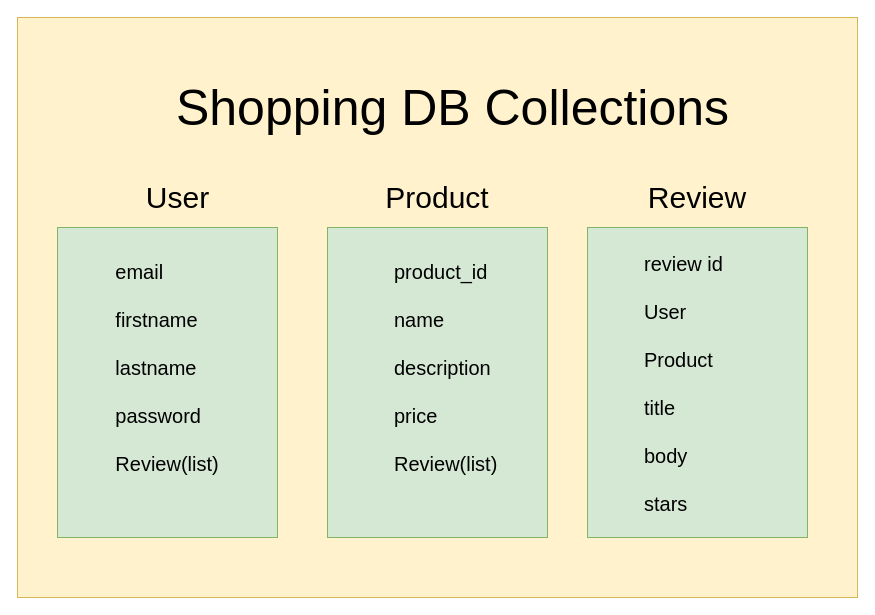
Earlier version of the draw.io diagram designdocs/basicDBPlan.drawio (MoveUpHealth/example-shopping-interface). Source tidied: cells renumbered, new cells numbered last; positions are measured from the earlier drawing's top-left corner, leaving out a move shared by most shapes. Both pictures are drawn from the tidied source at 100%, with x=0, y=0 at pixel (17, 17).
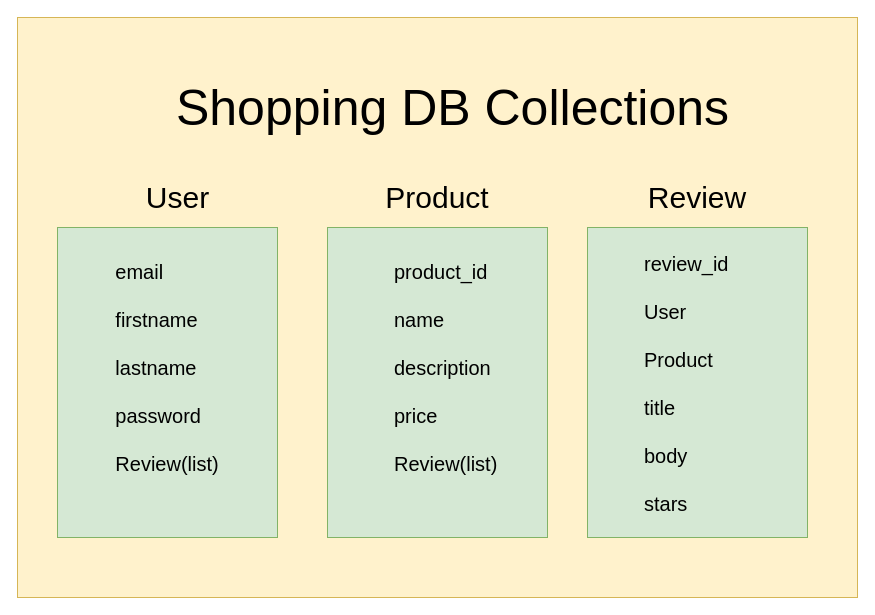
Above is the later version.

Change to the diagram source:
```diff
@@
 <mxGraphModel>
   <root>
     <mxCell id="0" />
     <mxCell id="1" parent="0" />
     <mxCell id="2" style="rounded=0;whiteSpace=wrap;html=1;fontSize=20;fillColor=#fff2cc;strokeColor=#d6b656;" parent="1" vertex="1">
       <mxGeometry width="840" height="580" as="geometry" />
     </mxCell>
     <mxCell id="3" value="&lt;div&gt;&lt;br&gt;&lt;/div&gt;&lt;div&gt;&lt;br&gt;&lt;/div&gt;" style="rounded=0;whiteSpace=wrap;html=1;labelPosition=center;verticalLabelPosition=top;align=center;verticalAlign=bottom;fillColor=#d5e8d4;strokeColor=#82b366;" parent="1" vertex="1">
       <mxGeometry x="40" y="210" width="220" height="310" as="geometry" />
     </mxCell>
     <mxCell id="4" value="&lt;div&gt;&lt;br&gt;&lt;/div&gt;&lt;div&gt;&lt;br&gt;&lt;/div&gt;" style="rounded=0;whiteSpace=wrap;html=1;labelPosition=center;verticalLabelPosition=top;align=center;verticalAlign=bottom;fillColor=#d5e8d4;strokeColor=#82b366;" parent="1" vertex="1">
       <mxGeometry x="310" y="210" width="220" height="310" as="geometry" />
     </mxCell>
     <mxCell id="5" value="&lt;div&gt;&lt;br&gt;&lt;/div&gt;&lt;div&gt;&lt;br&gt;&lt;/div&gt;" style="rounded=0;whiteSpace=wrap;html=1;labelPosition=center;verticalLabelPosition=top;align=center;verticalAlign=bottom;fillColor=#d5e8d4;strokeColor=#82b366;" parent="1" vertex="1">
       <mxGeometry x="570" y="210" width="220" height="310" as="geometry" />
     </mxCell>
     <mxCell id="6" value="&lt;font style=&quot;font-size: 30px&quot;&gt;User&lt;/font&gt;" style="text;html=1;align=center;verticalAlign=middle;strokeColor=none;" parent="1" vertex="1">
       <mxGeometry x="120" y="170" width="80" height="20" as="geometry" />
     </mxCell>
     <mxCell id="7" value="&lt;font style=&quot;font-size: 30px&quot;&gt;Product&lt;/font&gt;" style="text;html=1;strokeColor=none;fillColor=none;align=center;verticalAlign=middle;whiteSpace=wrap;rounded=0;fontSize=20;" parent="1" vertex="1">
       <mxGeometry x="400" y="170" width="40" height="20" as="geometry" />
     </mxCell>
     <mxCell id="8" value="&lt;div&gt;&lt;font style=&quot;font-size: 30px&quot;&gt;Review&lt;/font&gt;&lt;/div&gt;" style="text;html=1;strokeColor=none;fillColor=none;align=center;verticalAlign=middle;whiteSpace=wrap;rounded=0;fontSize=20;" parent="1" vertex="1">
       <mxGeometry x="660" y="170" width="40" height="20" as="geometry" />
     </mxCell>
     <mxCell id="9" value="&lt;font style=&quot;font-size: 50px&quot;&gt;Shopping DB Collections&lt;/font&gt;" style="text;html=1;align=center;verticalAlign=middle;strokeColor=none;fontSize=20;" parent="1" vertex="1">
       <mxGeometry x="150" y="70" width="570" height="40" as="geometry" />
     </mxCell>
     <mxCell id="10" value="&lt;div align=&quot;left&quot;&gt;email&lt;/div&gt;&lt;div align=&quot;left&quot;&gt;&lt;br&gt;&lt;/div&gt;&lt;div align=&quot;left&quot;&gt;firstname&lt;/div&gt;&lt;div align=&quot;left&quot;&gt;&lt;br&gt;&lt;/div&gt;&lt;div align=&quot;left&quot;&gt;lastname&lt;/div&gt;&lt;div align=&quot;left&quot;&gt;&lt;br&gt;&lt;/div&gt;&lt;div align=&quot;left&quot;&gt;password&lt;/div&gt;&lt;div align=&quot;left&quot;&gt;&lt;br&gt;&lt;/div&gt;&lt;div align=&quot;left&quot;&gt;Review(list)&lt;br&gt;&lt;/div&gt;" style="text;html=1;strokeColor=none;fillColor=none;align=center;verticalAlign=middle;whiteSpace=wrap;rounded=0;fontSize=20;labelPosition=center;verticalLabelPosition=middle;" parent="1" vertex="1">
       <mxGeometry x="120" y="340" width="60" height="20" as="geometry" />
     </mxCell>
     <mxCell id="11" value="&lt;div align=&quot;left&quot;&gt;product_id&lt;/div&gt;&lt;div align=&quot;left&quot;&gt;&lt;br&gt;&lt;/div&gt;&lt;div align=&quot;left&quot;&gt;name&lt;/div&gt;&lt;div align=&quot;left&quot;&gt;&lt;br&gt;&lt;/div&gt;&lt;div align=&quot;left&quot;&gt;description&lt;/div&gt;&lt;div align=&quot;left&quot;&gt;&lt;br&gt;&lt;/div&gt;&lt;div align=&quot;left&quot;&gt;price&lt;/div&gt;&lt;div align=&quot;left&quot;&gt;&lt;br&gt;&lt;/div&gt;&lt;div align=&quot;left&quot;&gt;Review(list)&lt;br&gt;&lt;/div&gt;" style="text;html=1;strokeColor=none;fillColor=none;align=left;verticalAlign=middle;whiteSpace=wrap;rounded=0;fontSize=20;" parent="1" vertex="1">
       <mxGeometry x="375" y="340" width="40" height="20" as="geometry" />
     </mxCell>
-    <mxCell id="12" value="&lt;div&gt;review id&lt;/div&gt;&lt;div&gt;&lt;br&gt;&lt;/div&gt;&lt;div&gt;User&lt;/div&gt;&lt;div&gt;&lt;br&gt;&lt;/div&gt;&lt;div&gt;Product&lt;/div&gt;&lt;div&gt;&lt;br&gt;&lt;/div&gt;&lt;div&gt;title&lt;/div&gt;&lt;div&gt;&lt;br&gt;&lt;/div&gt;&lt;div&gt;body&lt;/div&gt;&lt;div&gt;&lt;br&gt;&lt;/div&gt;&lt;div&gt;stars&lt;br&gt;&lt;/div&gt;&lt;div&gt;&lt;br&gt;&lt;/div&gt;&lt;div&gt;&lt;br&gt;&lt;/div&gt;" style="text;html=1;strokeColor=none;fillColor=none;align=left;verticalAlign=middle;whiteSpace=wrap;rounded=0;fontSize=20;labelPosition=center;verticalLabelPosition=middle;" parent="1" vertex="1">
+    <mxCell id="12" value="&lt;div&gt;review_id&lt;/div&gt;&lt;div&gt;&lt;br&gt;&lt;/div&gt;&lt;div&gt;User&lt;/div&gt;&lt;div&gt;&lt;br&gt;&lt;/div&gt;&lt;div&gt;Product&lt;/div&gt;&lt;div&gt;&lt;br&gt;&lt;/div&gt;&lt;div&gt;title&lt;/div&gt;&lt;div&gt;&lt;br&gt;&lt;/div&gt;&lt;div&gt;body&lt;/div&gt;&lt;div&gt;&lt;br&gt;&lt;/div&gt;&lt;div&gt;stars&lt;br&gt;&lt;/div&gt;&lt;div&gt;&lt;br&gt;&lt;/div&gt;&lt;div&gt;&lt;br&gt;&lt;/div&gt;" style="text;html=1;strokeColor=none;fillColor=none;align=left;verticalAlign=middle;whiteSpace=wrap;rounded=0;fontSize=20;labelPosition=center;verticalLabelPosition=middle;" parent="1" vertex="1">
       <mxGeometry x="625" y="380" width="110" height="20" as="geometry" />
     </mxCell>
   </root>
 </mxGraphModel>
```
